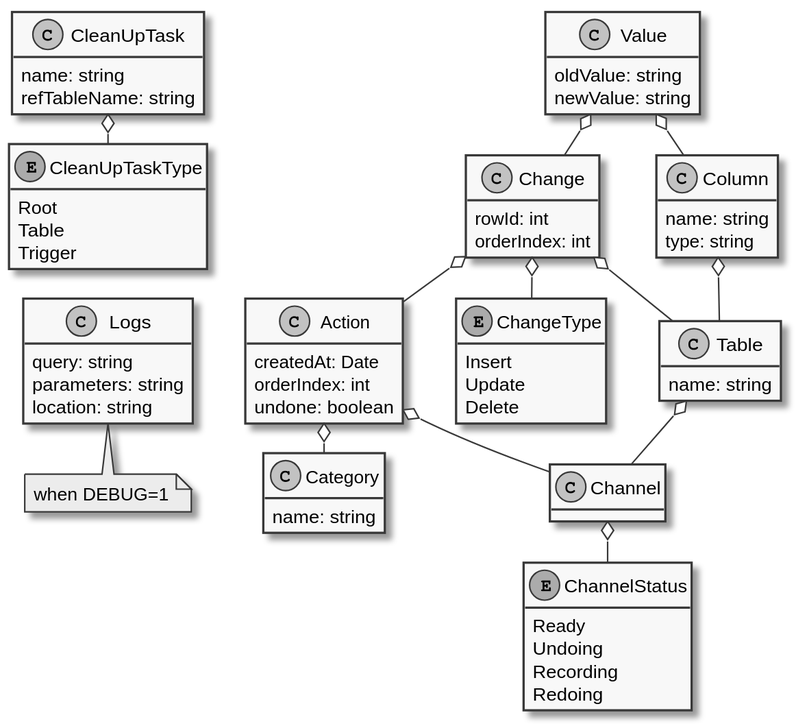
This is docs/tables.svg from Lotes/sqlite-undo-log, a PlantUML export, as it was before one commit.
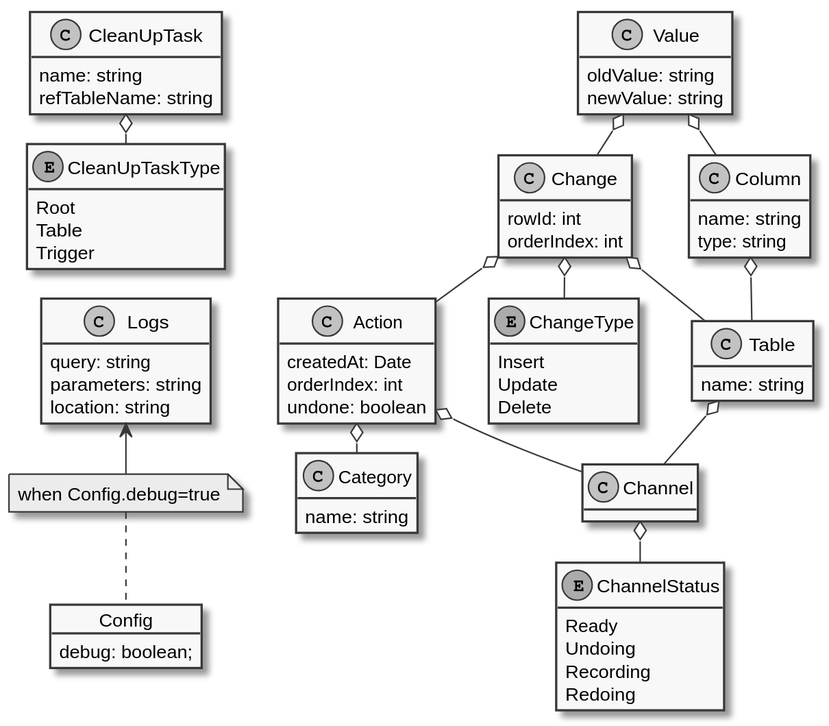
After the commit.

Commit message:
Add config and log table

The edit, as a diff of the source:
```diff
@@ -70,8 +70,12 @@
   location: string
 }
 
+object Config {
+  debug: boolean;
+}
+
 note as NoteLogs
-when DEBUG=1
+when Config.debug=true
 end note
 
 Channel o-- ChannelStatus
@@ -86,5 +90,6 @@
 Value o-- Change
 CleanUpTask o-- CleanUpTaskType
 Logs -[hidden]up- CleanUpTaskType
-NoteLogs -[hidden]up- Logs
+NoteLogs -up-> Logs
+NoteLogs .down. Config
 @enduml
```
